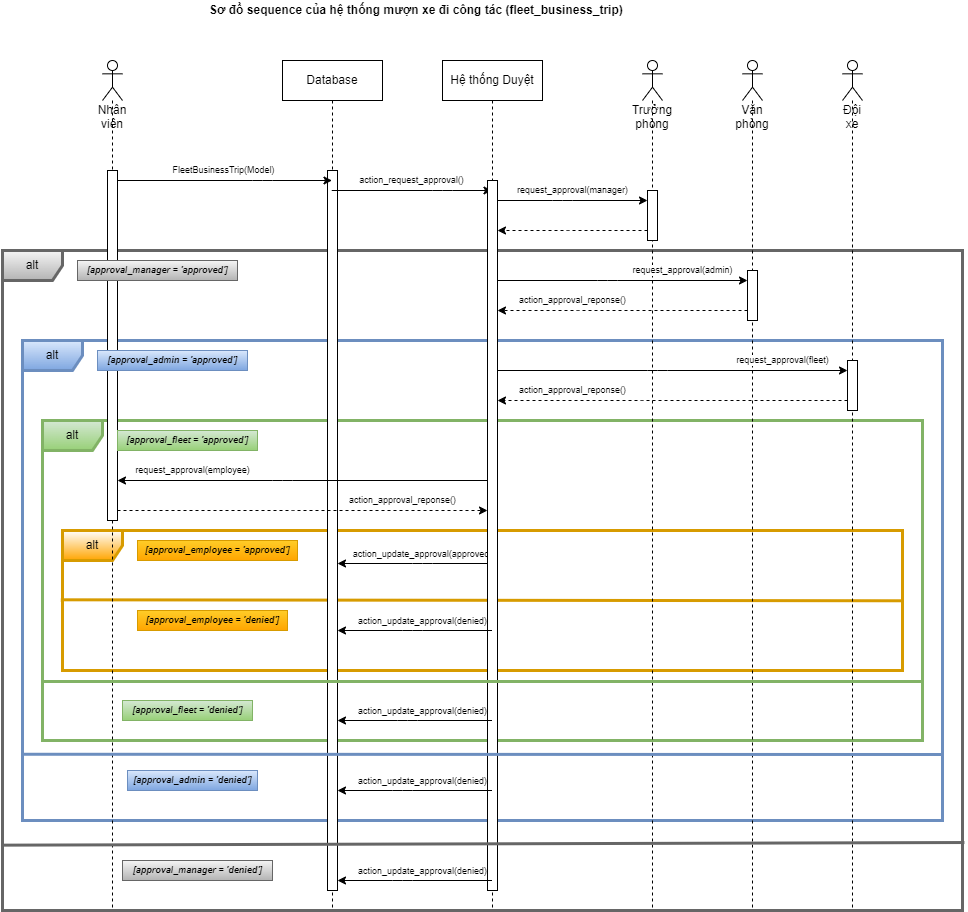
Earlier version of the draw.io export uml-diargrams/uml_sequence_fleet_business_trip.png (NgoHuuNghia/odoo15-digitalocean). Source tidied: cells renumbered, new cells last; positions are measured from the earlier drawing's top-left corner, leaving out a move shared by most shapes.
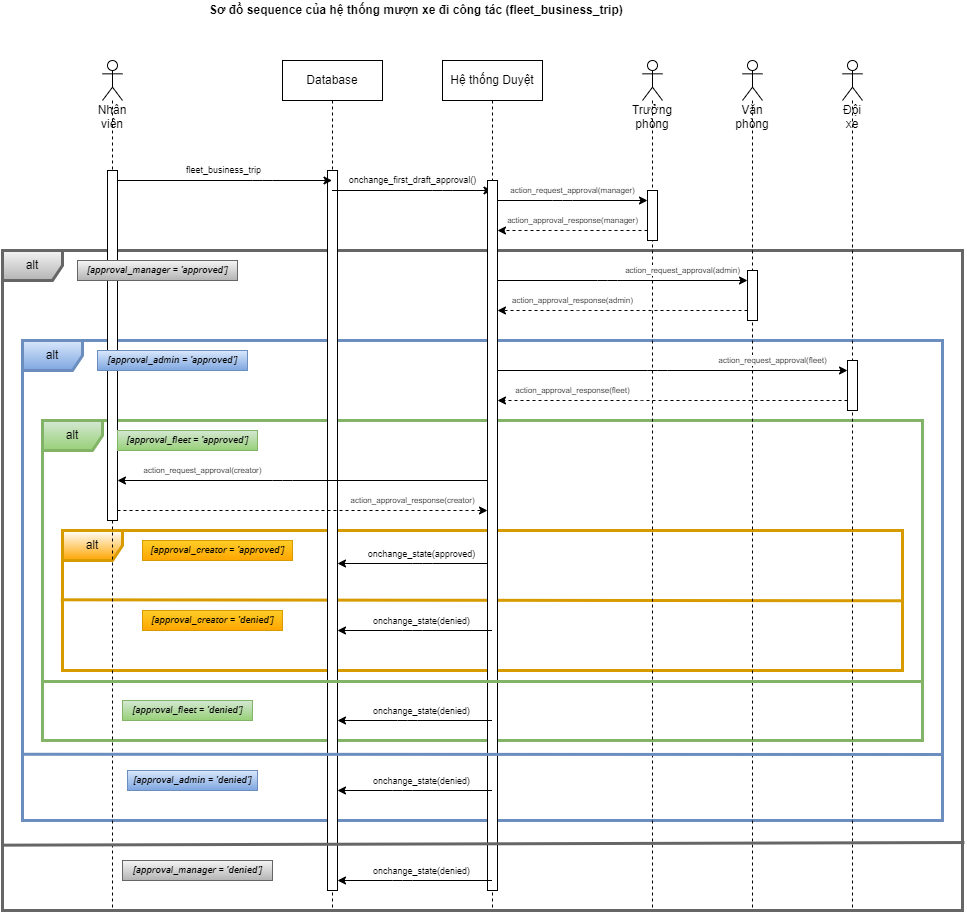
Later version of the same file.

Change to the diagram source:
```diff
@@ -33,7 +33,7 @@
         </Array>
       </mxGeometry>
     </mxCell>
-    <mxCell id="11" value="action_update_approval(approved)" style="edgeLabel;html=1;align=center;verticalAlign=middle;fontSize=9;fontColor=default;" parent="10" vertex="1">
+    <mxCell id="11" value="&lt;span style=&quot;text-align: left&quot;&gt;onchange_state&lt;/span&gt;(approved)" style="edgeLabel;html=1;align=center;verticalAlign=middle;fontSize=9;fontColor=default;" parent="10" vertex="1">
       <mxGeometry x="0.21" y="-1" relative="1" as="geometry">
         <mxPoint x="22" y="-9" as="offset" />
       </mxGeometry>
@@ -41,7 +41,7 @@
     <mxCell id="12" value="Hệ thống Duyệt" style="shape=umlLifeline;perimeter=lifelinePerimeter;whiteSpace=wrap;html=1;outlineConnect=0;" parent="1" vertex="1">
       <mxGeometry x="440" y="60" width="100" height="850" as="geometry" />
     </mxCell>
-    <mxCell id="13" value="action_request_approval()" style="edgeStyle=none;html=1;fontSize=9;" parent="12" edge="1" source="8">
+    <mxCell id="13" value="&lt;span style=&quot;text-align: left&quot;&gt;onchange_first_draft_approval()&lt;/span&gt;" style="edgeStyle=none;html=1;fontSize=9;" parent="12" edge="1" source="8">
       <mxGeometry x="0.01" y="10" relative="1" as="geometry">
         <mxPoint x="49.5" y="130" as="targetPoint" />
         <Array as="points">
@@ -52,7 +52,7 @@
     <mxCell id="14" style="html=1;points=[];perimeter=orthogonalPerimeter;" parent="12" vertex="1">
       <mxGeometry x="45" y="120" width="10" height="710" as="geometry" />
     </mxCell>
-    <mxCell id="15" value="FleetBusinessTrip(Model)" style="edgeStyle=none;html=1;fontSize=9;" parent="1" edge="1" source="16" target="8">
+    <mxCell id="15" value="fleet_business_trip" style="edgeStyle=none;html=1;fontSize=9;" parent="1" edge="1" source="16" target="8">
       <mxGeometry y="10" relative="1" as="geometry">
         <Array as="points">
           <mxPoint x="260" y="180" />
@@ -92,11 +92,11 @@
     <mxCell id="26" value="[approval_fleet = 'approved']" style="text;html=1;align=center;verticalAlign=middle;strokeColor=#82b366;fillColor=#d5e8d4;fontSize=9;fontStyle=3;gradientColor=#97d077;fontColor=#000000;" parent="1" vertex="1">
       <mxGeometry x="115" y="430" width="140" height="20" as="geometry" />
     </mxCell>
-    <mxCell id="27" value="[approval_employee = 'approved']" style="text;html=1;align=center;verticalAlign=middle;strokeColor=#d79b00;fillColor=#ffcd28;fontSize=9;fontStyle=3;gradientColor=#ffa500;fontColor=#000000;" parent="1" vertex="1">
-      <mxGeometry x="135" y="540" width="160" height="20" as="geometry" />
+    <mxCell id="27" value="[approval_creator = 'approved']" style="text;html=1;align=center;verticalAlign=middle;strokeColor=#d79b00;fillColor=#ffcd28;fontSize=9;fontStyle=3;gradientColor=#ffa500;fontColor=#000000;" parent="1" vertex="1">
+      <mxGeometry x="140" y="540" width="150" height="20" as="geometry" />
     </mxCell>
-    <mxCell id="28" value="[approval_employee = 'denied']" style="text;html=1;align=center;verticalAlign=middle;strokeColor=#d79b00;fillColor=#ffcd28;fontSize=9;fontStyle=3;gradientColor=#ffa500;fontColor=#000000;" parent="1" vertex="1">
-      <mxGeometry x="135" y="610" width="150" height="20" as="geometry" />
+    <mxCell id="28" value="[approval_creator = 'denied']" style="text;html=1;align=center;verticalAlign=middle;strokeColor=#d79b00;fillColor=#ffcd28;fontSize=9;fontStyle=3;gradientColor=#ffa500;fontColor=#000000;" parent="1" vertex="1">
+      <mxGeometry x="140" y="610" width="140" height="20" as="geometry" />
     </mxCell>
     <mxCell id="29" style="edgeStyle=none;html=1;fontSize=9;fontColor=#FFFFFF;strokeWidth=1;" parent="1" edge="1" source="12" target="9">
       <mxGeometry relative="1" as="geometry">
@@ -105,7 +105,7 @@
         </Array>
       </mxGeometry>
     </mxCell>
-    <mxCell id="30" value="action_update_approval(denied)" style="edgeLabel;html=1;align=center;verticalAlign=middle;fontSize=9;fontColor=default;" parent="29" vertex="1">
+    <mxCell id="30" value="&lt;span style=&quot;text-align: left&quot;&gt;onchange_state&lt;/span&gt;(denied)" style="edgeLabel;html=1;align=center;verticalAlign=middle;fontSize=9;fontColor=default;" parent="29" vertex="1">
       <mxGeometry x="0.21" y="-1" relative="1" as="geometry">
         <mxPoint x="22" y="-9" as="offset" />
       </mxGeometry>
@@ -126,7 +126,7 @@
         </Array>
       </mxGeometry>
     </mxCell>
-    <mxCell id="34" value="action_update_approval(denied)" style="edgeLabel;html=1;align=center;verticalAlign=middle;fontSize=9;fontColor=default;" parent="33" vertex="1">
+    <mxCell id="34" value="&lt;span style=&quot;text-align: left&quot;&gt;onchange_state&lt;/span&gt;(denied)" style="edgeLabel;html=1;align=center;verticalAlign=middle;fontSize=9;fontColor=default;" parent="33" vertex="1">
       <mxGeometry x="0.21" y="-1" relative="1" as="geometry">
         <mxPoint x="22" y="-9" as="offset" />
       </mxGeometry>
@@ -138,7 +138,7 @@
         </Array>
       </mxGeometry>
     </mxCell>
-    <mxCell id="36" value="action_update_approval(denied)" style="edgeLabel;html=1;align=center;verticalAlign=middle;fontSize=9;fontColor=default;" parent="35" vertex="1">
+    <mxCell id="36" value="&lt;span style=&quot;text-align: left&quot;&gt;onchange_state&lt;/span&gt;(denied)" style="edgeLabel;html=1;align=center;verticalAlign=middle;fontSize=9;fontColor=default;" parent="35" vertex="1">
       <mxGeometry x="0.21" y="-1" relative="1" as="geometry">
         <mxPoint x="22" y="-9" as="offset" />
       </mxGeometry>
@@ -158,7 +158,7 @@
         </Array>
       </mxGeometry>
     </mxCell>
-    <mxCell id="40" value="action_update_approval(denied)" style="edgeLabel;html=1;align=center;verticalAlign=middle;fontSize=9;fontColor=default;" parent="39" vertex="1">
+    <mxCell id="40" value="&lt;span style=&quot;text-align: left&quot;&gt;onchange_state&lt;/span&gt;(denied)" style="edgeLabel;html=1;align=center;verticalAlign=middle;fontSize=9;fontColor=default;" parent="39" vertex="1">
       <mxGeometry x="0.21" y="-1" relative="1" as="geometry">
         <mxPoint x="22" y="-9" as="offset" />
       </mxGeometry>
@@ -169,57 +169,57 @@
     <mxCell id="42" value="[approval_manager = 'denied']" style="text;html=1;align=center;verticalAlign=middle;strokeColor=#666666;fillColor=#f5f5f5;fontSize=9;fontStyle=3;gradientColor=#b3b3b3;fontColor=#000000;" parent="1" vertex="1">
       <mxGeometry x="120" y="860" width="150" height="20" as="geometry" />
     </mxCell>
-    <mxCell id="43" value="request_approval(manager)" style="edgeStyle=none;html=1;fontSize=9;" parent="1" edge="1" source="14" target="19">
+    <mxCell id="43" value="&lt;span style=&quot;font-size: 8px ; text-align: left&quot;&gt;action_request_approval&lt;/span&gt;&lt;span style=&quot;font-size: 8px&quot;&gt;(manager)&lt;/span&gt;" style="edgeStyle=none;html=1;fontSize=9;" parent="1" edge="1" source="14" target="19">
       <mxGeometry x="0.01" y="10" relative="1" as="geometry">
         <Array as="points">
           <mxPoint x="560" y="200" />
         </Array>
       </mxGeometry>
     </mxCell>
-    <mxCell id="44" value="&lt;span style=&quot;color: rgb(255 , 255 , 255)&quot;&gt;action_approval_reponse()&lt;/span&gt;" style="edgeStyle=none;html=1;fontSize=9;dashed=1;" parent="1" edge="1" source="19" target="14">
+    <mxCell id="44" value="&lt;span style=&quot;font-size: 8px ; text-align: left&quot;&gt;action_approval_response(manager)&lt;/span&gt;" style="edgeStyle=none;html=1;fontSize=9;dashed=1;" parent="1" edge="1" source="19" target="14">
       <mxGeometry y="-10" relative="1" as="geometry">
         <Array as="points">
           <mxPoint x="575" y="230" />
         </Array>
       </mxGeometry>
     </mxCell>
-    <mxCell id="45" value="&lt;span style=&quot;&quot;&gt;request_approval(admin)&lt;/span&gt;" style="edgeStyle=none;html=1;fontSize=9;fontColor=default;" parent="1" edge="1" source="14" target="21">
+    <mxCell id="45" value="&lt;span style=&quot;font-size: 8px ; text-align: left&quot;&gt;action_request_approval&lt;/span&gt;&lt;span style=&quot;font-size: 8px&quot;&gt;(admin)&lt;/span&gt;" style="edgeStyle=none;html=1;fontSize=9;fontColor=default;" parent="1" edge="1" source="14" target="21">
       <mxGeometry x="0.48" y="10" relative="1" as="geometry">
         <Array as="points">
           <mxPoint x="605" y="280" />
         </Array>
       </mxGeometry>
     </mxCell>
-    <mxCell id="46" value="&lt;span style=&quot;&quot;&gt;action_approval_reponse()&lt;/span&gt;" style="edgeStyle=none;html=1;fontSize=9;dashed=1;fontColor=default;" parent="1" edge="1" source="21" target="14">
+    <mxCell id="46" value="&lt;span style=&quot;font-size: 8px ; text-align: left&quot;&gt;action_approval_response(admin)&lt;/span&gt;" style="edgeStyle=none;html=1;fontSize=9;dashed=1;fontColor=default;" parent="1" edge="1" source="21" target="14">
       <mxGeometry x="0.4" y="-10" relative="1" as="geometry">
         <Array as="points">
           <mxPoint x="585" y="310" />
         </Array>
       </mxGeometry>
     </mxCell>
-    <mxCell id="47" value="&lt;span style=&quot;&quot;&gt;request_approval(fleet)&lt;/span&gt;" style="edgeStyle=none;html=1;fontSize=9;fontColor=default;" parent="1" edge="1" source="14" target="23">
-      <mxGeometry x="0.63" y="10" relative="1" as="geometry">
+    <mxCell id="47" value="&lt;span style=&quot;font-size: 8px ; text-align: left&quot;&gt;action_request_approval&lt;/span&gt;&lt;span style=&quot;font-size: 8px&quot;&gt;(fleet)&lt;/span&gt;" style="edgeStyle=none;html=1;fontSize=9;fontColor=default;" parent="1" edge="1" source="14" target="23">
+      <mxGeometry x="0.57" y="10" relative="1" as="geometry">
         <Array as="points">
           <mxPoint x="655" y="370" />
         </Array>
       </mxGeometry>
     </mxCell>
-    <mxCell id="48" value="&lt;span style=&quot;&quot;&gt;action_approval_reponse()&lt;/span&gt;" style="edgeStyle=none;html=1;fontSize=9;dashed=1;fontColor=default;" parent="1" edge="1" source="23" target="14">
+    <mxCell id="48" value="&lt;span style=&quot;font-size: 8px ; text-align: left&quot;&gt;action_approval_response(fleet)&lt;/span&gt;" style="edgeStyle=none;html=1;fontSize=9;dashed=1;fontColor=default;" parent="1" edge="1" source="23" target="14">
       <mxGeometry x="0.57" y="-10" relative="1" as="geometry">
         <Array as="points">
           <mxPoint x="630" y="400" />
         </Array>
       </mxGeometry>
     </mxCell>
-    <mxCell id="49" value="&lt;span style=&quot;&quot;&gt;request_approval(employee)&lt;/span&gt;" style="edgeStyle=none;html=1;fontSize=9;fontColor=default;" parent="1" edge="1" source="14" target="17">
-      <mxGeometry x="0.59" y="-10" relative="1" as="geometry">
+    <mxCell id="49" value="&lt;span style=&quot;font-size: 8px ; text-align: left&quot;&gt;action_request_approval&lt;/span&gt;&lt;span style=&quot;font-size: 8px&quot;&gt;(creator)&lt;/span&gt;" style="edgeStyle=none;html=1;fontSize=9;fontColor=default;" parent="1" edge="1" source="14" target="17">
+      <mxGeometry x="0.54" y="-10" relative="1" as="geometry">
         <Array as="points">
           <mxPoint x="280" y="480" />
         </Array>
       </mxGeometry>
     </mxCell>
-    <mxCell id="50" value="&lt;span style=&quot;&quot;&gt;action_approval_reponse()&lt;/span&gt;" style="edgeStyle=none;html=1;fontSize=9;dashed=1;fontColor=default;" parent="1" edge="1" source="17" target="14">
-      <mxGeometry x="0.54" y="10" relative="1" as="geometry">
+    <mxCell id="50" value="&lt;span style=&quot;font-size: 8px ; text-align: left&quot;&gt;action_approval_response(creator)&lt;/span&gt;" style="edgeStyle=none;html=1;fontSize=9;dashed=1;fontColor=default;" parent="1" edge="1" source="17" target="14">
+      <mxGeometry x="0.59" y="10" relative="1" as="geometry">
         <Array as="points">
           <mxPoint x="300" y="510" />
         </Array>
```
